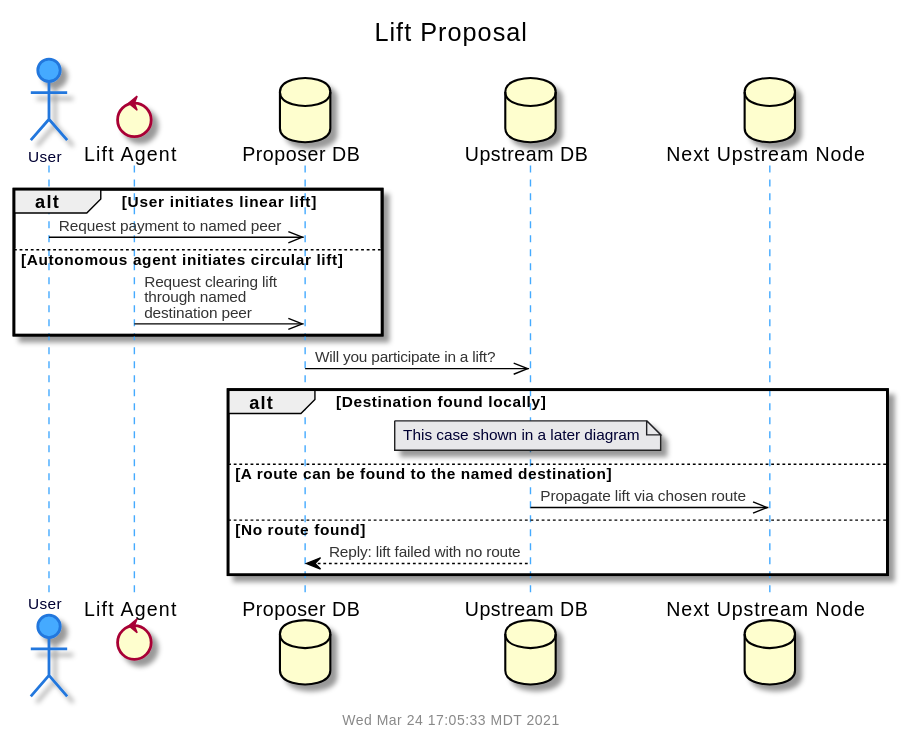
The PlantUML diagram doc/uml/seq-lift-prop.svg in gotchoices/MyCHIPs, before a commit.
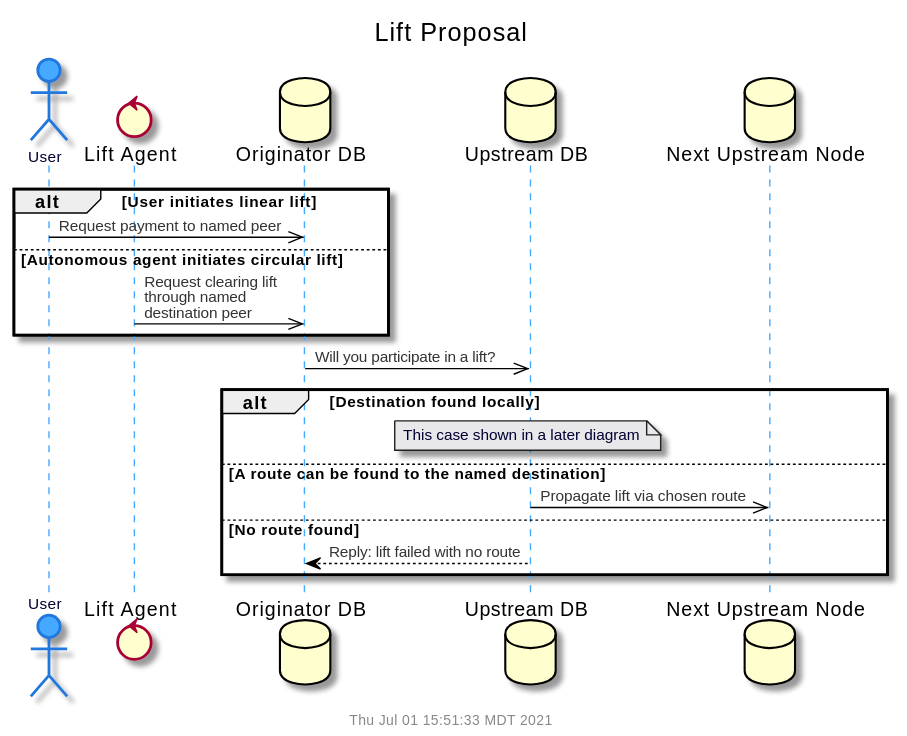
After the change.

What changed in the source:
```diff
@@ -3,7 +3,7 @@
 $title(Lift Proposal)
 actor "User" as user
 control "Lift Agent" as agent
-database "Proposer DB" as propDB
+database "Originator DB" as propDB
 database "Upstream DB" as upDB
 database "Next Upstream Node" as next
 
```
